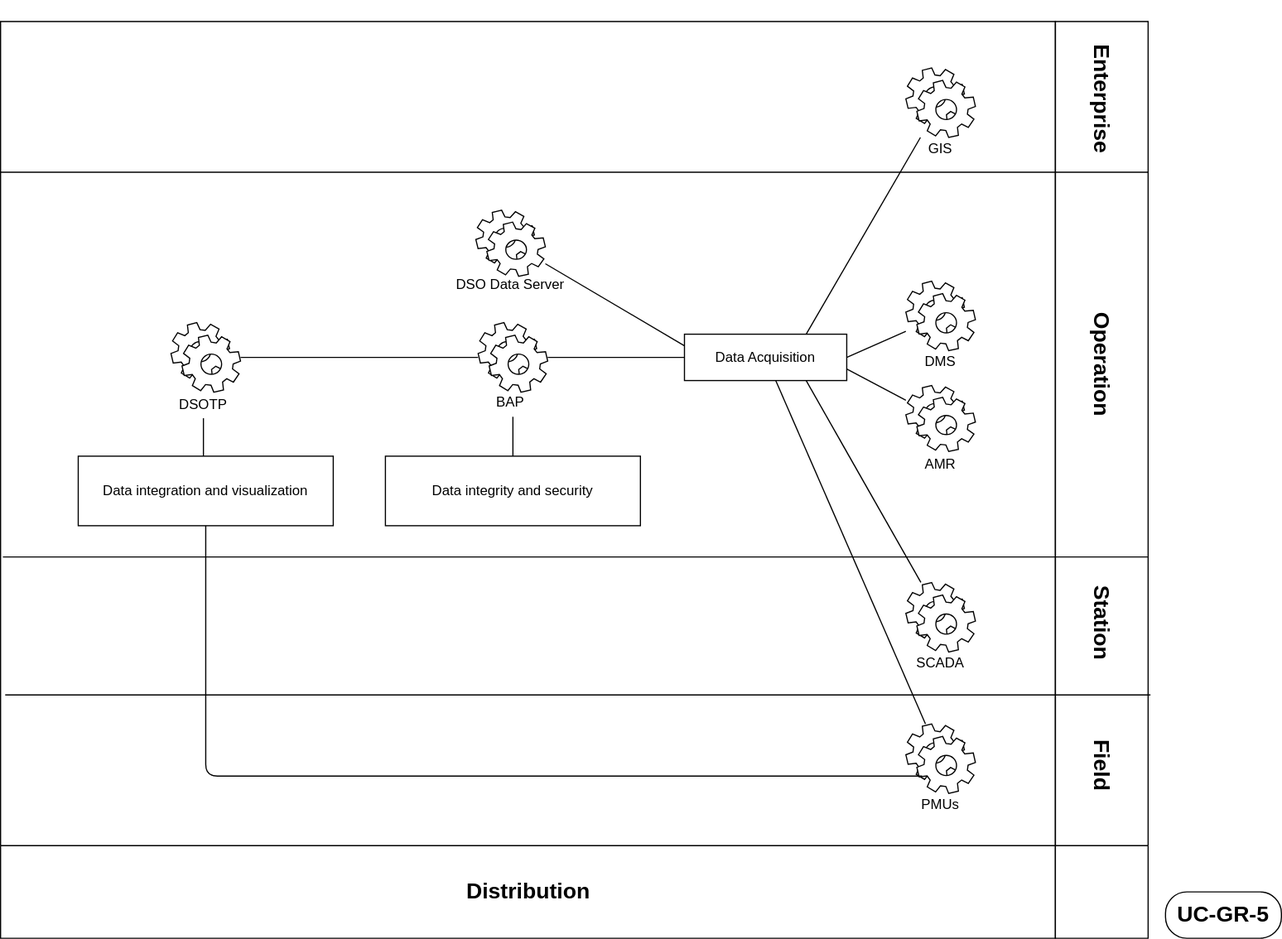
Before: docs/platone/uc-gr-5-pmu-integration-and-data-visualization-for-flexibility-services-management/UC_GR_1_2_3_4_UCdiagrams-UC5.svg, a diagram exported from draw.io (smart-grid-use-cases/smart-grid-use-cases.github.io). Source tidied: cells renumbered, new cells last; positions are measured from the earlier drawing's top-left corner, leaving out a move shared by most shapes.
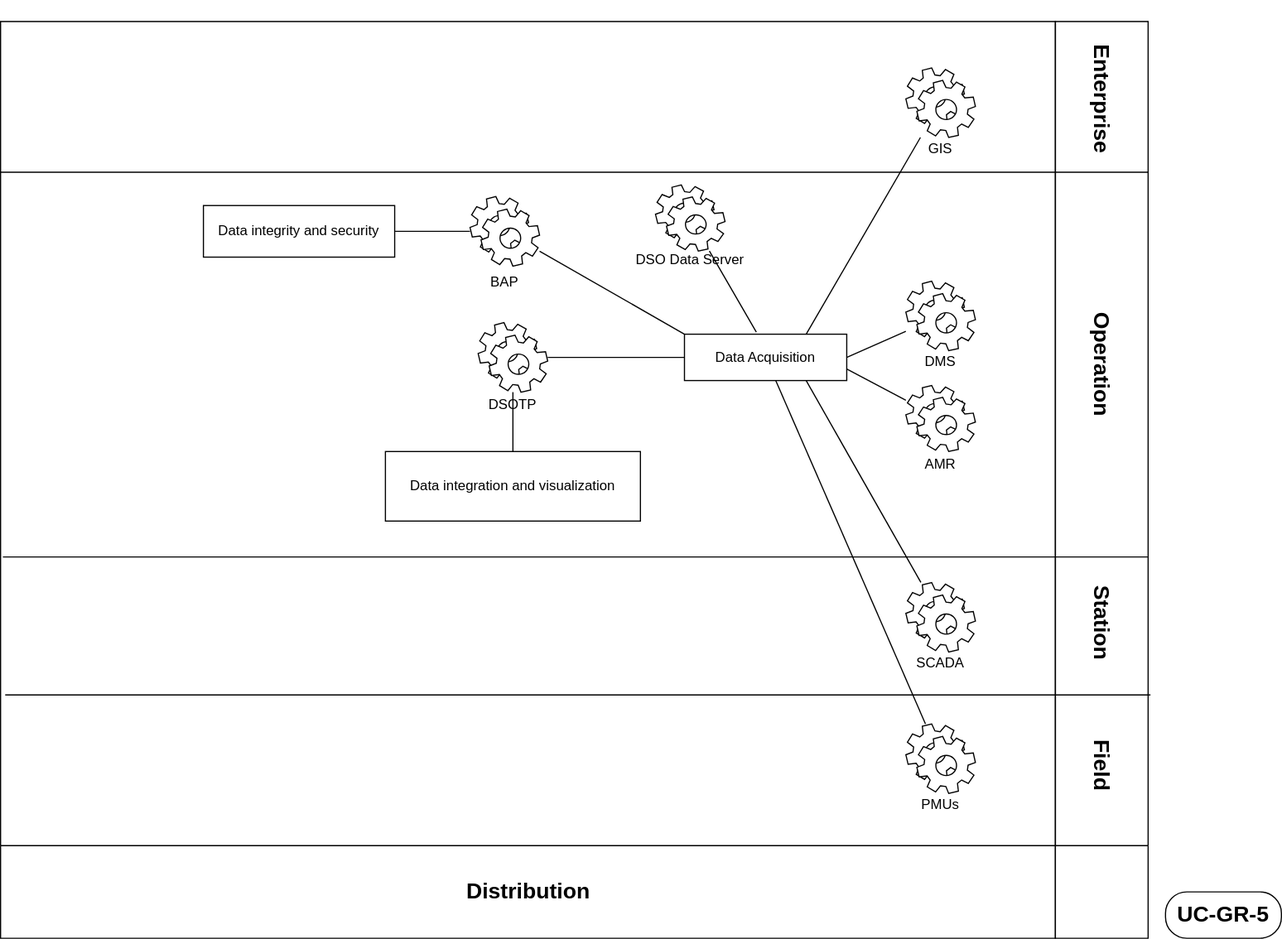
Later version of the same file.

What changed in the source:
```diff
@@ -33,19 +33,19 @@
       <mxGeometry x="590" y="269.8" width="140" height="40" as="geometry" />
     </mxCell>
     <mxCell id="12" style="shape=mxgraph.bpmn.service_task;html=1;outlineConnect=0;" parent="2" vertex="1">
-      <mxGeometry x="410" y="162.8" width="60" height="57" as="geometry" />
+      <mxGeometry x="565" y="141" width="60" height="57" as="geometry" />
     </mxCell>
     <mxCell id="13" value="DSO Data Server" style="text;html=1;strokeColor=none;fillColor=none;align=center;verticalAlign=middle;whiteSpace=wrap;rounded=0;" parent="2" vertex="1">
-      <mxGeometry x="390" y="221.8" width="100" height="11" as="geometry" />
+      <mxGeometry x="545" y="200" width="100" height="11" as="geometry" />
     </mxCell>
     <mxCell id="14" value="Data integrity and security" style="rounded=0;whiteSpace=wrap;html=1;" parent="2" vertex="1">
-      <mxGeometry x="332" y="375" width="220" height="60" as="geometry" />
+      <mxGeometry x="175" y="158.8" width="165" height="44.5" as="geometry" />
     </mxCell>
     <mxCell id="15" value="BAP" style="text;html=1;strokeColor=none;fillColor=none;align=center;verticalAlign=middle;whiteSpace=wrap;rounded=0;" parent="2" vertex="1">
-      <mxGeometry x="380" y="314.8" width="120" height="27.5" as="geometry" />
+      <mxGeometry x="375" y="211" width="120" height="27.5" as="geometry" />
     </mxCell>
     <mxCell id="16" style="shape=mxgraph.bpmn.service_task;html=1;outlineConnect=0;" parent="2" vertex="1">
-      <mxGeometry x="412" y="259.8" width="60" height="60" as="geometry" />
+      <mxGeometry x="405" y="151" width="60" height="60" as="geometry" />
     </mxCell>
     <mxCell id="17" style="endArrow=none;html=1;" parent="2" edge="1">
       <mxGeometry relative="1" as="geometry">
@@ -74,16 +74,14 @@
     <mxCell id="21" style="endArrow=none;html=1;fontSize=19;exitX=1;exitY=0.75;exitDx=0;exitDy=0;" parent="2" edge="1" source="11" target="8">
       <mxGeometry relative="1" as="geometry" />
     </mxCell>
-    <mxCell id="22" style="endArrow=none;html=1;fontSize=19;entryX=0;entryY=0.25;entryDx=0;entryDy=0;" parent="2" edge="1" source="12" target="11">
+    <mxCell id="22" style="endArrow=none;html=1;fontSize=19;entryX=0.443;entryY=-0.044;entryDx=0;entryDy=0;entryPerimeter=0;" parent="2" edge="1" source="12" target="11">
       <mxGeometry relative="1" as="geometry" />
     </mxCell>
-    <mxCell id="23" style="endArrow=none;html=1;fontSize=19;entryX=0;entryY=0.5;entryDx=0;entryDy=0;" parent="2" edge="1" source="16" target="11">
+    <mxCell id="23" style="endArrow=none;html=1;fontSize=19;entryX=0;entryY=0;entryDx=0;entryDy=0;" parent="2" edge="1" source="16" target="11">
       <mxGeometry relative="1" as="geometry" />
     </mxCell>
-    <mxCell id="24" style="endArrow=none;html=1;fontSize=19;exitX=0.5;exitY=0;exitDx=0;exitDy=0;" parent="2" edge="1" source="14">
-      <mxGeometry relative="1" as="geometry">
-        <mxPoint x="442" y="341" as="targetPoint" />
-      </mxGeometry>
+    <mxCell id="24" style="endArrow=none;html=1;fontSize=19;exitX=1;exitY=0.5;exitDx=0;exitDy=0;" parent="2" edge="1" source="14" target="16">
+      <mxGeometry relative="1" as="geometry" />
     </mxCell>
     <mxCell id="25" style="endArrow=none;html=1;fontSize=19;exitX=0.75;exitY=1;exitDx=0;exitDy=0;" parent="2" edge="1" source="11" target="10">
       <mxGeometry relative="1" as="geometry" />
@@ -107,30 +105,20 @@
       <mxGeometry relative="1" as="geometry" />
     </mxCell>
     <mxCell id="30" value="Data integration and visualization" style="rounded=0;whiteSpace=wrap;html=1;" parent="2" vertex="1">
-      <mxGeometry x="67" y="375" width="220" height="60" as="geometry" />
+      <mxGeometry x="332" y="371" width="220" height="60" as="geometry" />
     </mxCell>
     <mxCell id="31" value="DSOTP" style="text;html=1;strokeColor=none;fillColor=none;align=center;verticalAlign=middle;whiteSpace=wrap;rounded=0;" parent="2" vertex="1">
-      <mxGeometry x="115" y="320" width="120" height="22.2" as="geometry" />
+      <mxGeometry x="382" y="319.8" width="120" height="22.2" as="geometry" />
     </mxCell>
     <mxCell id="32" style="shape=mxgraph.bpmn.service_task;html=1;outlineConnect=0;" parent="2" vertex="1">
-      <mxGeometry x="147" y="259.8" width="60" height="60" as="geometry" />
+      <mxGeometry x="412" y="259.8" width="60" height="60" as="geometry" />
     </mxCell>
-    <mxCell id="33" style="endArrow=none;html=1;fontSize=19;entryX=0.5;entryY=1;entryDx=0;entryDy=0;" parent="2" edge="1" target="31">
-      <mxGeometry relative="1" as="geometry">
-        <mxPoint x="175" y="375" as="sourcePoint" />
-      </mxGeometry>
+    <mxCell id="33" style="endArrow=none;html=1;fontSize=19;exitX=0.5;exitY=0;exitDx=0;exitDy=0;" parent="2" edge="1" source="30" target="32">
+      <mxGeometry relative="1" as="geometry" />
     </mxCell>
-    <mxCell id="34" style="endArrow=none;html=1;fontSize=19;" parent="2" edge="1" source="32" target="16">
+    <mxCell id="34" style="endArrow=none;html=1;fontSize=19;entryX=0;entryY=0.5;entryDx=0;entryDy=0;" parent="2" edge="1" source="32" target="11">
       <mxGeometry relative="1" as="geometry" />
     </mxCell>
-    <mxCell id="35" style="endArrow=none;html=1;fontSize=19;exitX=0.5;exitY=1;exitDx=0;exitDy=0;entryX=0.233;entryY=0.75;entryDx=0;entryDy=0;entryPerimeter=0;" parent="2" edge="1" source="30" target="28">
-      <mxGeometry relative="1" as="geometry">
-        <Array as="points">
-          <mxPoint x="177" y="521" />
-          <mxPoint x="177" y="651" />
-        </Array>
-      </mxGeometry>
-    </mxCell>
     <mxCell id="36" style="swimlane;html=1;startSize=80;flipV=1;" parent="1" vertex="1">
       <mxGeometry x="910" width="80" height="791" as="geometry" />
     </mxCell>
```
